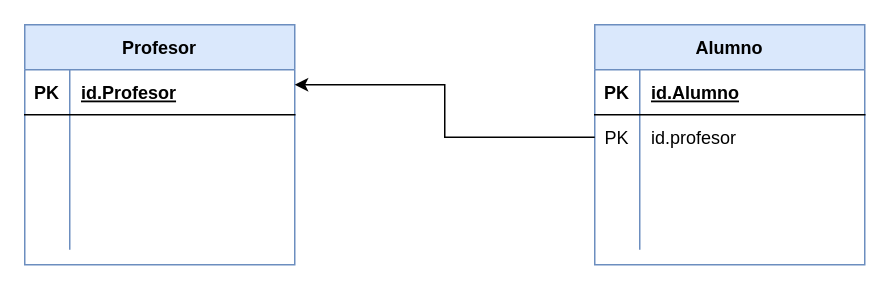
JCarlosAR032/base-de-datos keeps this draw.io diagram as page "Ejercicio 1" (1 of 9) of Tareas/Tema 3/Tarea 1/Tarea 1.drawio. Above is the earlier version. Source tidied: cells renumbered, new cells numbered last; positions are measured from the earlier drawing's top-left corner, leaving out a move shared by most shapes. Both pictures are drawn from the tidied source at 150%, with x=0, y=0 at pixel (24, 24).
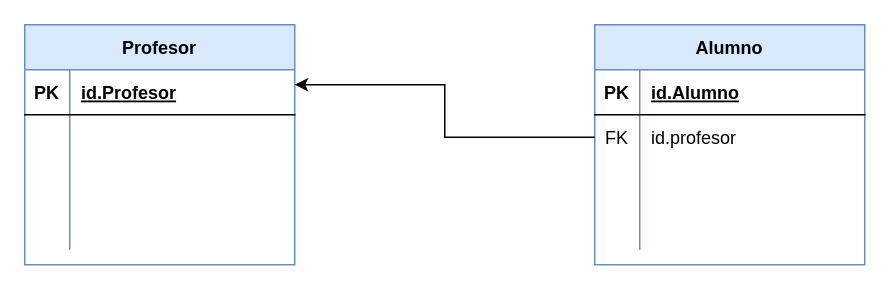
Above is the later version.

Unchanged cells that the change refers to:
```xml
<mxCell id="15" value="Alumno" style="shape=table;startSize=30;childLayout=tableLayout;rowLines=0;fontStyle=1;align=center;fillColor=#dae8fc;strokeColor=#6c8ebf;" parent="1" vertex="1">
  <mxGeometry x="380" width="180" height="160" as="geometry" />
</mxCell>
```

Diff of the diagram source:
```diff
@@
-    <mxCell id="19" style="shape=tableRow;horizontal=0;startSize=0;swimlaneHead=0;swimlaneBody=0;fillColor=none;points=[[0,0.5],[1,0.5]];portConstraint=eastwest;top=0;left=0;right=0;bottom=0;" parent="15" vertex="1">
+    <mxCell id="19" style="shape=tableRow;horizontal=0;startSize=0;swimlaneHead=0;swimlaneBody=0;fillColor=none;points=[[0,0.5],[1,0.5]];portConstraint=eastwest;top=0;left=0;right=0;bottom=0;verticalAlign=bottom;" parent="15" vertex="1">
       <mxGeometry y="60" width="180" height="30" as="geometry" />
     </mxCell>
-    <mxCell id="20" value="PK" style="shape=partialRectangle;fillColor=none;top=0;left=0;bottom=0;right=0;overflow=hidden;" parent="19" vertex="1">
+    <mxCell id="20" value="FK" style="shape=partialRectangle;fillColor=none;top=0;left=0;bottom=0;right=0;overflow=hidden;" parent="19" vertex="1">
       <mxGeometry width="30" height="30" as="geometry" />
     </mxCell>
```
